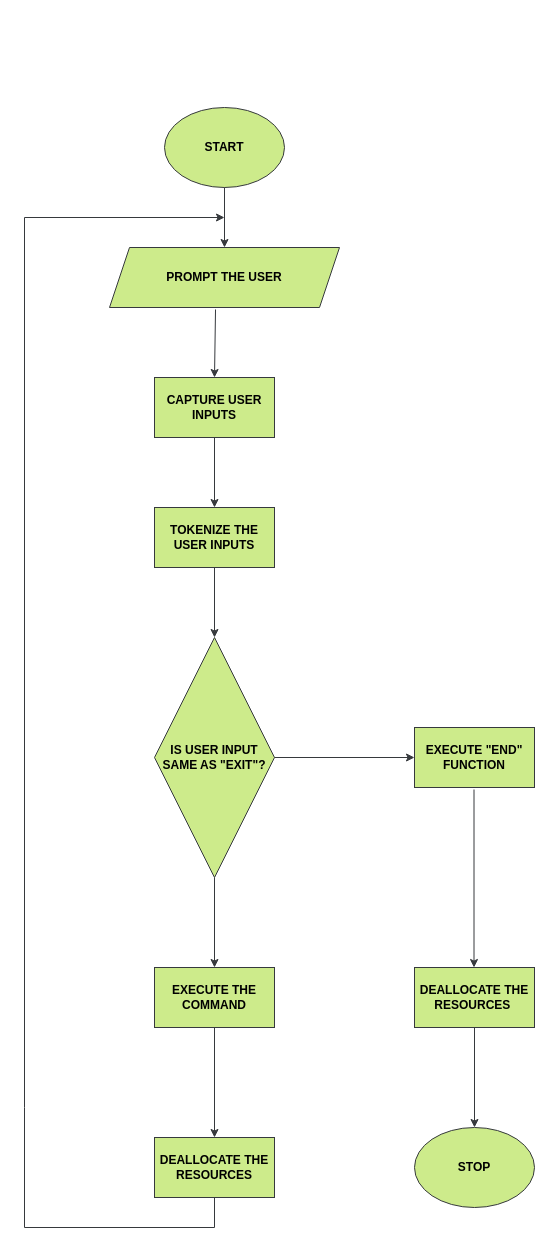
Earlier version of the draw.io diagram simple_shell_flowchart.drawio (EkenoSamson/simple_shell). Source tidied: cells renumbered, new cells numbered last; positions are measured from the earlier drawing's top-left corner, leaving out a move shared by most shapes. Both pictures are drawn from the tidied source at 100%, with x=0, y=0 at pixel (24, 107).
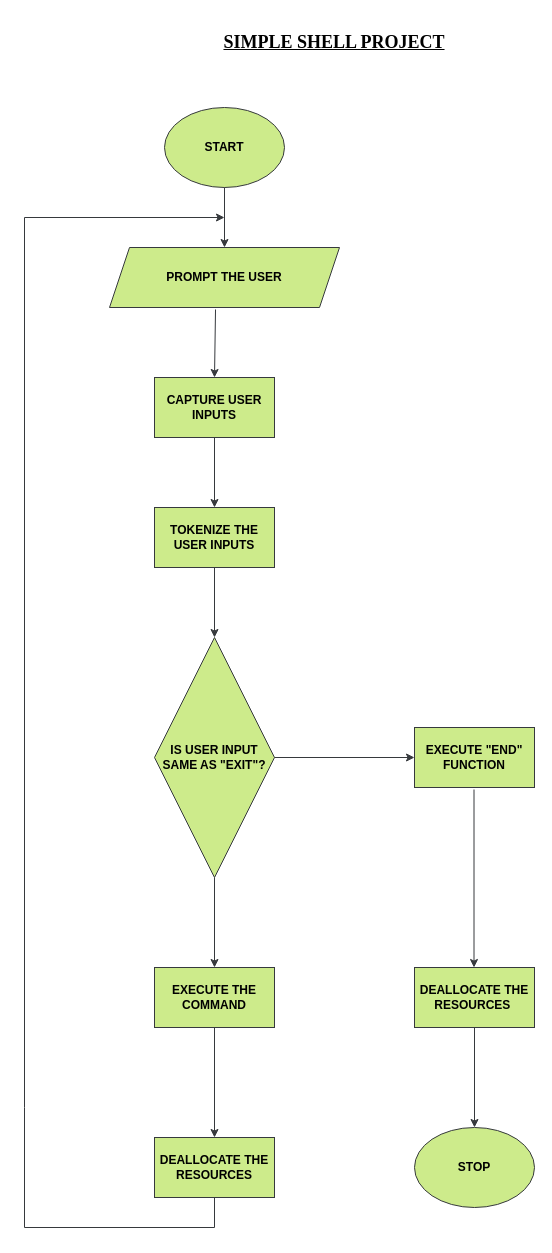
The same page after the edit.

What changed in the source:
```diff
@@
+    <mxCell id="22" value="&lt;h2&gt;&lt;font face=&quot;Times New Roman&quot;&gt;&lt;u&gt;SIMPLE SHELL PROJECT&lt;/u&gt;&lt;/font&gt;&lt;/h2&gt;" style="text;html=1;strokeColor=none;fillColor=none;align=center;verticalAlign=middle;whiteSpace=wrap;rounded=0;" parent="1" vertex="1">
+      <mxGeometry x="140" y="-80" width="340" height="30" as="geometry" />
+    </mxCell>
```
